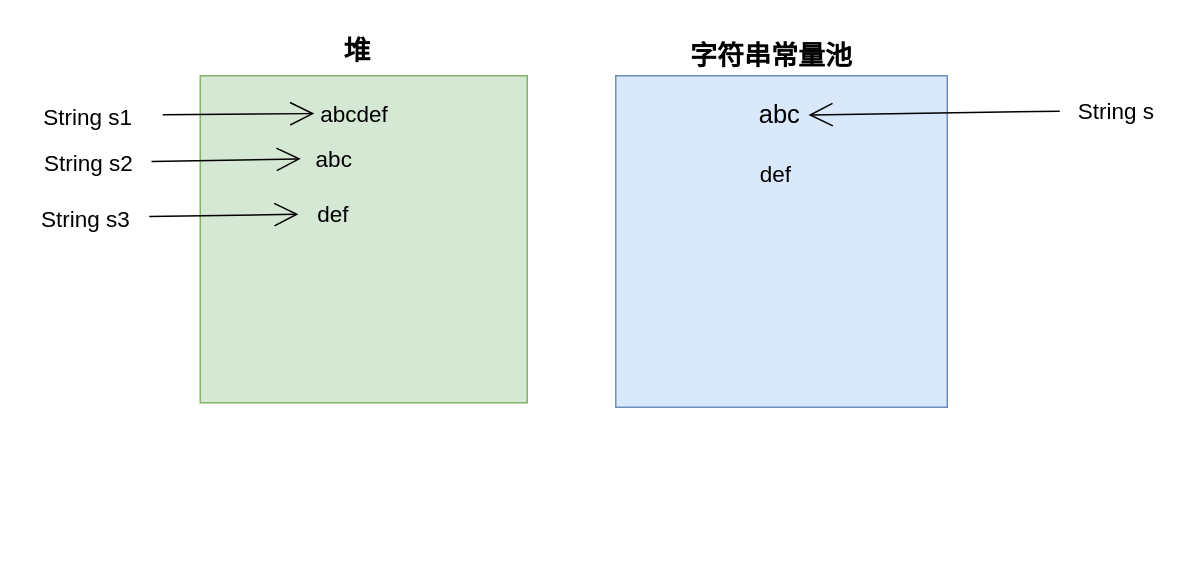
CodeShowZz/PicGo keeps this draw.io diagram as java string constant pool.drawio. Above is the earlier version. Source tidied: cells renumbered, new cells numbered last; positions are measured from the earlier drawing's top-left corner, leaving out a move shared by most shapes. Both pictures are drawn from the tidied source at 150%, with x=0, y=0 at pixel (26, 26).
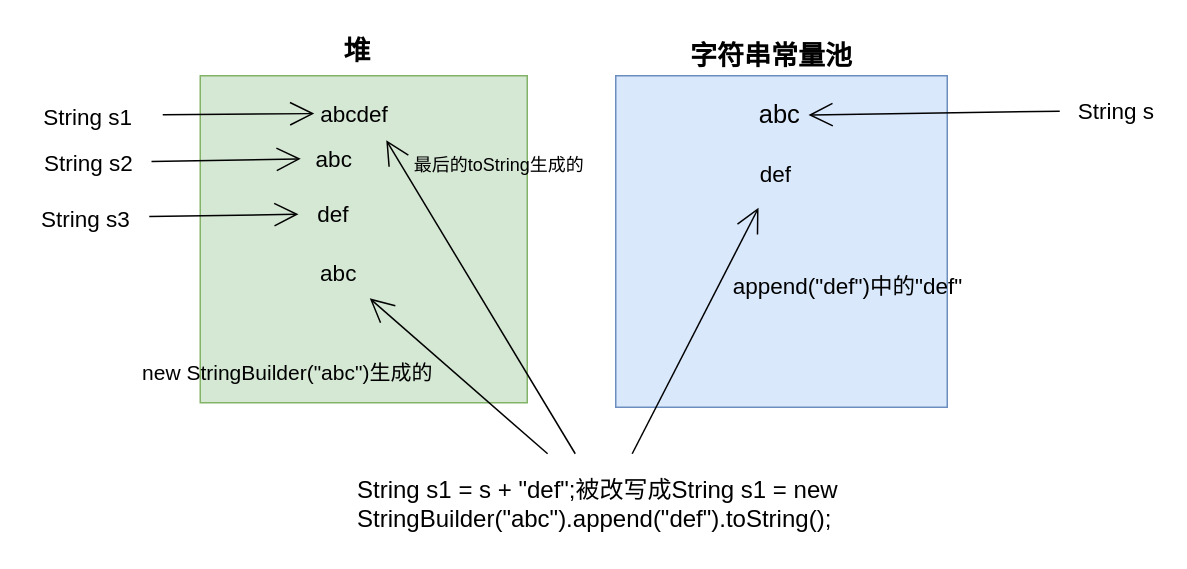
After the change.

The change refers to these unchanged cells:
```xml
<mxCell id="7" value="def" style="text;html=1;strokeColor=none;fillColor=none;align=center;verticalAlign=middle;whiteSpace=wrap;rounded=0;fontSize=15;" parent="1" vertex="1">
  <mxGeometry x="470" y="83" width="60" height="30" as="geometry" />
</mxCell>
```

What changed in the source:
```diff
@@
+    <mxCell id="19" value="abc" style="text;html=1;strokeColor=none;fillColor=none;align=center;verticalAlign=middle;whiteSpace=wrap;rounded=0;fontSize=15;" parent="1" vertex="1">
+      <mxGeometry x="196" y="151" width="25" height="25" as="geometry" />
+    </mxCell>
+    <mxCell id="20" style="edgeStyle=none;curved=1;rounded=0;jettySize=auto;html=1;endArrow=open;startSize=14;endSize=14;sourcePerimeterSpacing=8;targetPerimeterSpacing=8;" parent="1" edge="1" source="23" target="19">
+      <mxGeometry relative="1" as="geometry" />
+    </mxCell>
+    <mxCell id="21" style="edgeStyle=none;curved=1;rounded=0;jettySize=auto;html=1;endArrow=open;startSize=14;endSize=14;sourcePerimeterSpacing=8;targetPerimeterSpacing=8;" parent="1" edge="1" source="23" target="7">
+      <mxGeometry relative="1" as="geometry" />
+    </mxCell>
+    <mxCell id="22" style="edgeStyle=none;curved=1;rounded=0;jettySize=auto;html=1;endArrow=open;startSize=14;endSize=14;sourcePerimeterSpacing=8;targetPerimeterSpacing=8;" parent="1" edge="1" source="23">
+      <mxGeometry relative="1" as="geometry">
+        <mxPoint x="240" y="76" as="targetPoint" />
+      </mxGeometry>
+    </mxCell>
+    <mxCell id="23" value="String s1 = s + &quot;def&quot;;被改写成String s1 = new StringBuilder(&quot;abc&quot;).append(&quot;def&quot;).toString();" style="text;whiteSpace=wrap;html=1;fontSize=16;" parent="1" vertex="1">
+      <mxGeometry x="219" y="293" width="335" height="52" as="geometry" />
+    </mxCell>
+    <mxCell id="24" value="&lt;br style=&quot;border-color: var(--border-color); font-size: 15px;&quot;&gt;append(&quot;def&quot;)中的&quot;def&quot;" style="text;html=1;strokeColor=none;fillColor=none;align=center;verticalAlign=middle;whiteSpace=wrap;rounded=0;fontSize=15;" parent="1" vertex="1">
+      <mxGeometry x="467" y="148.5" width="162" height="30" as="geometry" />
+    </mxCell>
+    <mxCell id="25" value="new StringBuilder(&quot;abc&quot;)生成的" style="text;html=1;strokeColor=none;fillColor=none;align=center;verticalAlign=middle;whiteSpace=wrap;rounded=0;fontSize=14;" parent="1" vertex="1">
+      <mxGeometry x="71" y="218" width="207" height="25" as="geometry" />
+    </mxCell>
+    <mxCell id="26" value="最后的toString生成的" style="text;html=1;strokeColor=none;fillColor=none;align=center;verticalAlign=middle;whiteSpace=wrap;rounded=0;" parent="1" vertex="1">
+      <mxGeometry x="254" y="80.5" width="123" height="24" as="geometry" />
+    </mxCell>
```
